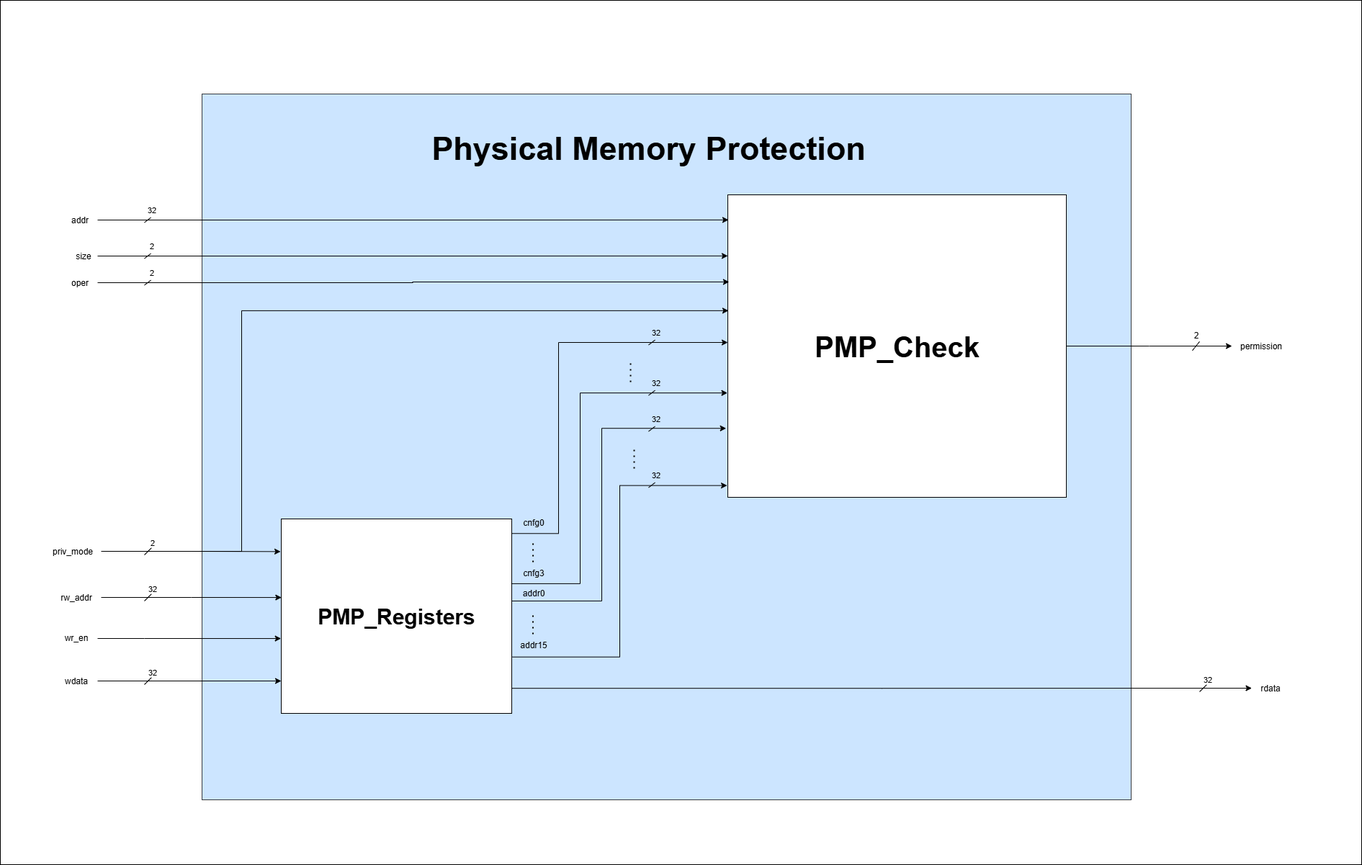
Above: docs/PMP.png in meds-ee-uet/pmp-riscv (draw.io), before the change. Source tidied: cells renumbered, new cells last; positions are measured from the earlier drawing's top-left corner, leaving out a move shared by most shapes.
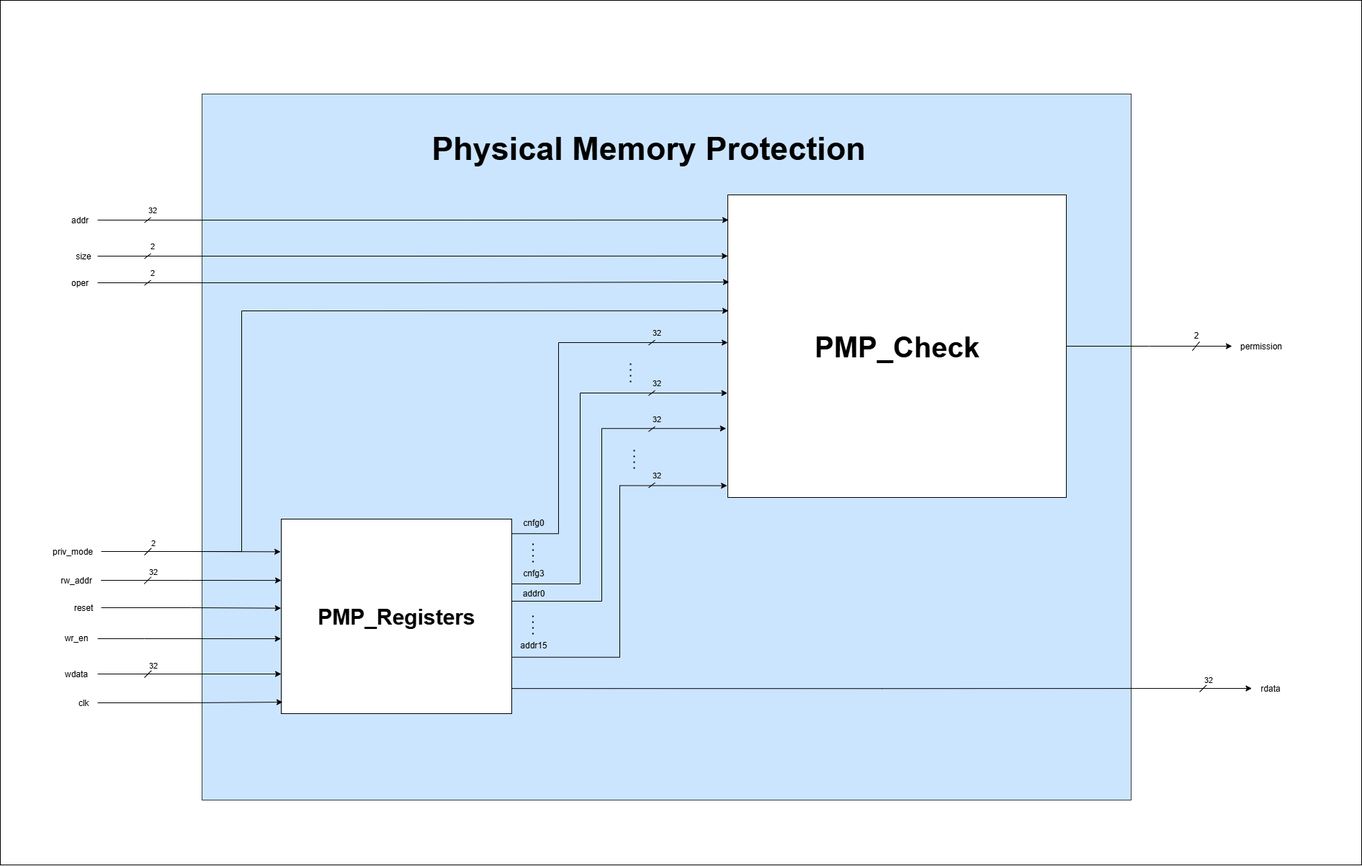
After the change.

Commit message:
Adjusted diagrams.

What changed in the source:
```diff
@@ -107,7 +107,7 @@
     </mxCell>
     <mxCell id="24" style="edgeStyle=orthogonalEdgeStyle;rounded=0;jettySize=auto;html=1;" parent="22" edge="1" source="44">
       <mxGeometry relative="1" as="geometry">
-        <mxPoint x="160" y="225" as="targetPoint" />
+        <mxPoint x="160" y="215" as="targetPoint" />
       </mxGeometry>
     </mxCell>
     <mxCell id="25" style="endArrow=none;html=1;rounded=0;" parent="22" edge="1">
@@ -177,10 +177,12 @@
       <mxGeometry relative="1" as="geometry" />
     </mxCell>
     <mxCell id="40" value="rw_addr" style="text;html=1;align=center;verticalAlign=middle;points=[];strokeColor=none;fillColor=none;" parent="4" vertex="1">
-      <mxGeometry x="10" y="544" width="70" height="30" as="geometry" />
+      <mxGeometry x="9.7" y="520" width="70" height="30" as="geometry" />
     </mxCell>
-    <mxCell id="41" style="edgeStyle=orthogonalEdgeStyle;rounded=0;jettySize=auto;html=1;entryX=0.001;entryY=0.404;entryDx=0;entryDy=0;entryPerimeter=0;" parent="4" edge="1" source="40" target="23">
-      <mxGeometry relative="1" as="geometry" />
+    <mxCell id="41" style="edgeStyle=orthogonalEdgeStyle;rounded=0;jettySize=auto;html=1;entryX=0.001;entryY=0.404;entryDx=0;entryDy=0;entryPerimeter=0;" parent="4" edge="1" source="40">
+      <mxGeometry relative="1" as="geometry">
+        <mxPoint x="330" y="535.1" as="targetPoint" />
+      </mxGeometry>
     </mxCell>
     <mxCell id="42" value="wr_en" style="text;html=1;align=center;verticalAlign=middle;points=[];strokeColor=none;fillColor=none;" parent="4" vertex="1">
       <mxGeometry x="15" y="600" width="60" height="30" as="geometry" />
@@ -194,7 +196,7 @@
       </mxGeometry>
     </mxCell>
     <mxCell id="44" value="wdata" style="text;html=1;align=center;verticalAlign=middle;points=[];strokeColor=none;fillColor=none;" parent="4" vertex="1">
-      <mxGeometry x="15" y="660" width="60" height="30" as="geometry" />
+      <mxGeometry x="15" y="650" width="60" height="30" as="geometry" />
     </mxCell>
     <mxCell id="45" style="edgeStyle=orthogonalEdgeStyle;rounded=0;jettySize=auto;html=1;entryX=0.002;entryY=0.383;entryDx=0;entryDy=0;entryPerimeter=0;exitX=1.014;exitY=0.499;exitDx=0;exitDy=0;exitPerimeter=0;" parent="4" edge="1" source="38" target="7">
       <mxGeometry relative="1" as="geometry">
@@ -268,8 +270,8 @@
     </mxCell>
     <mxCell id="60" style="endArrow=none;html=1;rounded=0;" parent="4" edge="1">
       <mxGeometry relative="1" as="geometry">
-        <mxPoint x="140" y="564" as="sourcePoint" />
-        <mxPoint x="150" y="554" as="targetPoint" />
+        <mxPoint x="139.7" y="540" as="sourcePoint" />
+        <mxPoint x="149.7" y="530" as="targetPoint" />
       </mxGeometry>
     </mxCell>
     <mxCell id="61" value="32" style="edgeLabel;html=1;align=center;verticalAlign=middle;" parent="60" vertex="1">
@@ -279,8 +281,8 @@
     </mxCell>
     <mxCell id="62" style="endArrow=none;html=1;rounded=0;" parent="4" edge="1">
       <mxGeometry relative="1" as="geometry">
-        <mxPoint x="140" y="680" as="sourcePoint" />
-        <mxPoint x="150" y="670" as="targetPoint" />
+        <mxPoint x="140" y="670" as="sourcePoint" />
+        <mxPoint x="150" y="660" as="targetPoint" />
       </mxGeometry>
     </mxCell>
     <mxCell id="63" value="32" style="edgeLabel;html=1;align=center;verticalAlign=middle;" parent="62" vertex="1">
@@ -288,8 +290,20 @@
         <mxPoint x="4" y="-11" as="offset" />
       </mxGeometry>
     </mxCell>
+    <mxCell id="65" value="clk" style="text;html=1;align=center;verticalAlign=middle;points=[];strokeColor=none;fillColor=none;" parent="4" vertex="1">
+      <mxGeometry x="35" y="690" width="40" height="30" as="geometry" />
+    </mxCell>
+    <mxCell id="66" style="edgeStyle=orthogonalEdgeStyle;rounded=0;jettySize=auto;html=1;entryX=0.006;entryY=0.941;entryDx=0;entryDy=0;entryPerimeter=0;" parent="4" edge="1" source="65" target="23">
+      <mxGeometry relative="1" as="geometry" />
+    </mxCell>
     <mxCell id="64" value="&lt;b&gt;&lt;font style=&quot;font-size: 45px;&quot;&gt;Physical Memory Protection&lt;/font&gt;&lt;/b&gt;" style="text;html=1;align=center;verticalAlign=middle;whiteSpace=wrap;rounded=0;" parent="1" vertex="1">
       <mxGeometry x="570" y="190" width="660" height="30" as="geometry" />
     </mxCell>
+    <mxCell id="67" value="reset" style="text;html=1;align=center;verticalAlign=middle;points=[];strokeColor=none;fillColor=none;" parent="1" vertex="1">
+      <mxGeometry x="90" y="828" width="50" height="30" as="geometry" />
+    </mxCell>
+    <mxCell id="68" style="edgeStyle=orthogonalEdgeStyle;rounded=0;jettySize=auto;html=1;entryX=-0.001;entryY=0.458;entryDx=0;entryDy=0;entryPerimeter=0;" parent="1" edge="1" source="67" target="23">
+      <mxGeometry relative="1" as="geometry" />
+    </mxCell>
   </root>
 </mxGraphModel>
```
